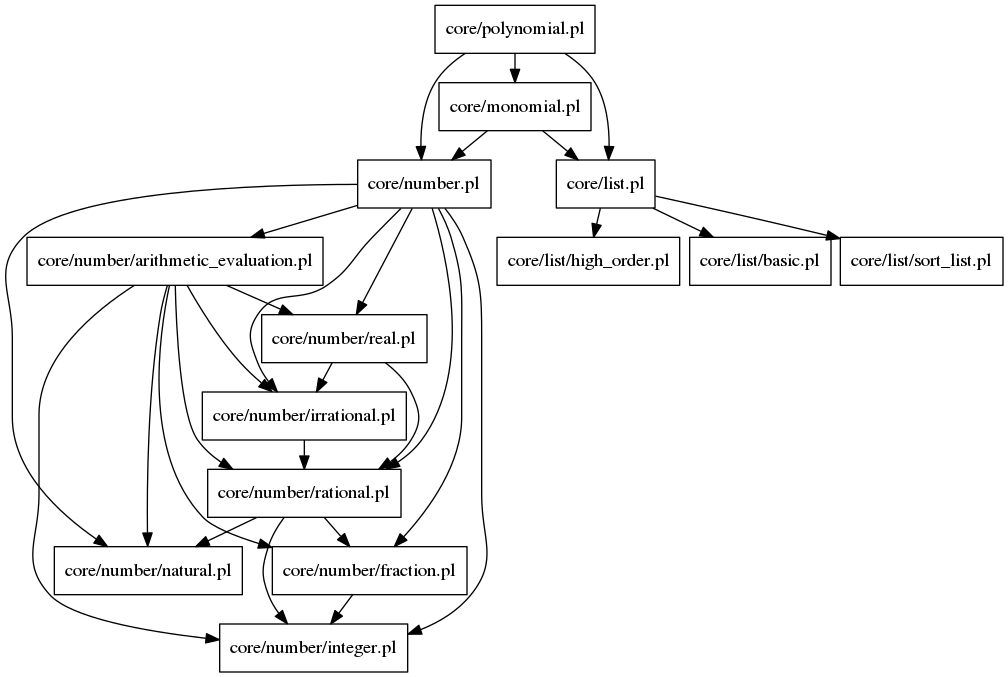
This is docs/core/polynomial.png from lluisalemanypuig/sycalc, a Graphviz export, as it was before one commit. Its source is kept beside it as docs/.cache/core/polynomial.dot. Source of this version:
```dot
digraph file_graph {
node [shape=rectangle]
nodesep = 0.1
ranksep = 0.3
"core/polynomial.pl" -> "core/monomial.pl"
"core/polynomial.pl" -> "core/number.pl"
"core/polynomial.pl" -> "core/list.pl"
"core/number/rational.pl" -> "core/number/integer.pl"
"core/number/rational.pl" -> "core/number/natural.pl"
"core/number/rational.pl" -> "core/number/fraction.pl"
"core/number/irrational.pl" -> "core/number/rational.pl"
"core/number/fraction.pl" -> "core/number/integer.pl"
"core/number/real.pl" -> "core/number/irrational.pl"
"core/number/real.pl" -> "core/number/rational.pl"
"core/monomial.pl" -> "core/number.pl"
"core/monomial.pl" -> "core/list.pl"
"core/number/arithmetic_evaluation.pl" -> "core/number/integer.pl"
"core/number/arithmetic_evaluation.pl" -> "core/number/natural.pl"
"core/number/arithmetic_evaluation.pl" -> "core/number/fraction.pl"
"core/number/arithmetic_evaluation.pl" -> "core/number/irrational.pl"
"core/number/arithmetic_evaluation.pl" -> "core/number/real.pl"
"core/number/arithmetic_evaluation.pl" -> "core/number/rational.pl"
"core/list.pl" -> "core/list/sort_list.pl"
"core/list.pl" -> "core/list/high_order.pl"
"core/list.pl" -> "core/list/basic.pl"
"core/number.pl" -> "core/number/integer.pl"
"core/number.pl" -> "core/number/natural.pl"
"core/number.pl" -> "core/number/fraction.pl"
"core/number.pl" -> "core/number/irrational.pl"
"core/number.pl" -> "core/number/arithmetic_evaluation.pl"
"core/number.pl" -> "core/number/real.pl"
"core/number.pl" -> "core/number/rational.pl"
}
```
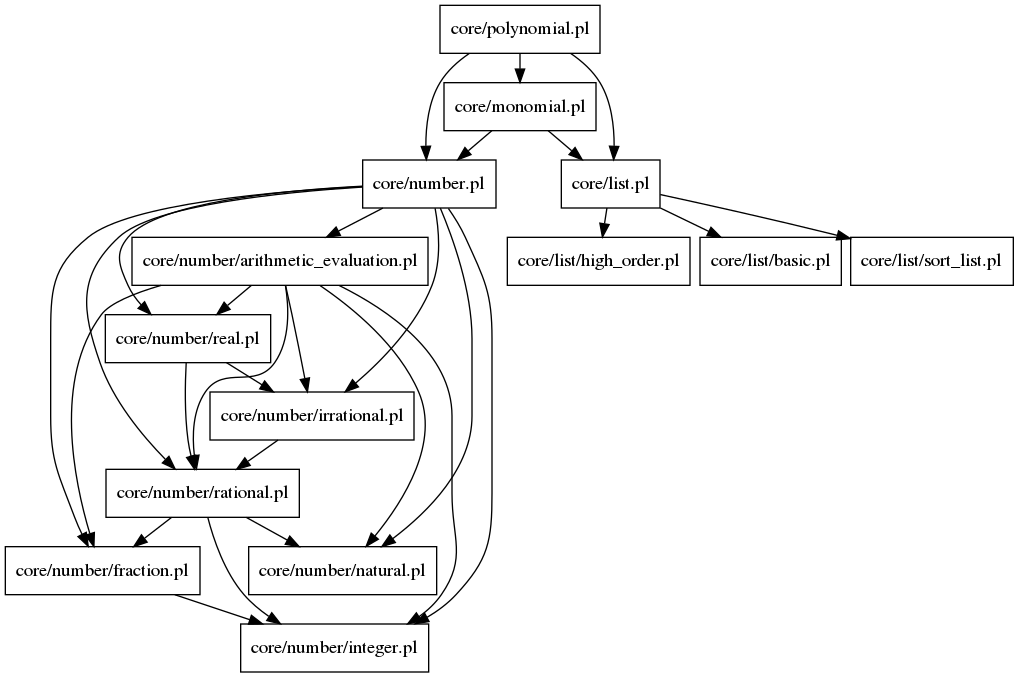
Later version of the same file.

The edit, as a diff of the source:
```diff
@@ -2,32 +2,32 @@
 node [shape=rectangle]
 nodesep = 0.1
 ranksep = 0.3
-"core/polynomial.pl" -> "core/monomial.pl"
 "core/polynomial.pl" -> "core/number.pl"
 "core/polynomial.pl" -> "core/list.pl"
-"core/number/rational.pl" -> "core/number/integer.pl"
+"core/polynomial.pl" -> "core/monomial.pl"
+"core/list.pl" -> "core/list/basic.pl"
+"core/list.pl" -> "core/list/sort_list.pl"
+"core/list.pl" -> "core/list/high_order.pl"
+"core/number.pl" -> "core/number/natural.pl"
+"core/number.pl" -> "core/number/rational.pl"
+"core/number.pl" -> "core/number/real.pl"
+"core/number.pl" -> "core/number/fraction.pl"
+"core/number.pl" -> "core/number/integer.pl"
+"core/number.pl" -> "core/number/irrational.pl"
+"core/number.pl" -> "core/number/arithmetic_evaluation.pl"
+"core/monomial.pl" -> "core/number.pl"
+"core/monomial.pl" -> "core/list.pl"
+"core/number/fraction.pl" -> "core/number/integer.pl"
 "core/number/rational.pl" -> "core/number/natural.pl"
 "core/number/rational.pl" -> "core/number/fraction.pl"
+"core/number/rational.pl" -> "core/number/integer.pl"
 "core/number/irrational.pl" -> "core/number/rational.pl"
-"core/number/fraction.pl" -> "core/number/integer.pl"
+"core/number/real.pl" -> "core/number/rational.pl"
 "core/number/real.pl" -> "core/number/irrational.pl"
-"core/number/real.pl" -> "core/number/rational.pl"
-"core/monomial.pl" -> "core/number.pl"
-"core/monomial.pl" -> "core/list.pl"
+"core/number/arithmetic_evaluation.pl" -> "core/number/natural.pl"
+"core/number/arithmetic_evaluation.pl" -> "core/number/rational.pl"
+"core/number/arithmetic_evaluation.pl" -> "core/number/real.pl"
+"core/number/arithmetic_evaluation.pl" -> "core/number/fraction.pl"
 "core/number/arithmetic_evaluation.pl" -> "core/number/integer.pl"
-"core/number/arithmetic_evaluation.pl" -> "core/number/natural.pl"
-"core/number/arithmetic_evaluation.pl" -> "core/number/fraction.pl"
 "core/number/arithmetic_evaluation.pl" -> "core/number/irrational.pl"
-"core/number/arithmetic_evaluation.pl" -> "core/number/real.pl"
-"core/number/arithmetic_evaluation.pl" -> "core/number/rational.pl"
-"core/list.pl" -> "core/list/sort_list.pl"
-"core/list.pl" -> "core/list/high_order.pl"
-"core/list.pl" -> "core/list/basic.pl"
-"core/number.pl" -> "core/number/integer.pl"
-"core/number.pl" -> "core/number/natural.pl"
-"core/number.pl" -> "core/number/fraction.pl"
-"core/number.pl" -> "core/number/irrational.pl"
-"core/number.pl" -> "core/number/arithmetic_evaluation.pl"
-"core/number.pl" -> "core/number/real.pl"
-"core/number.pl" -> "core/number/rational.pl"
 }
```
